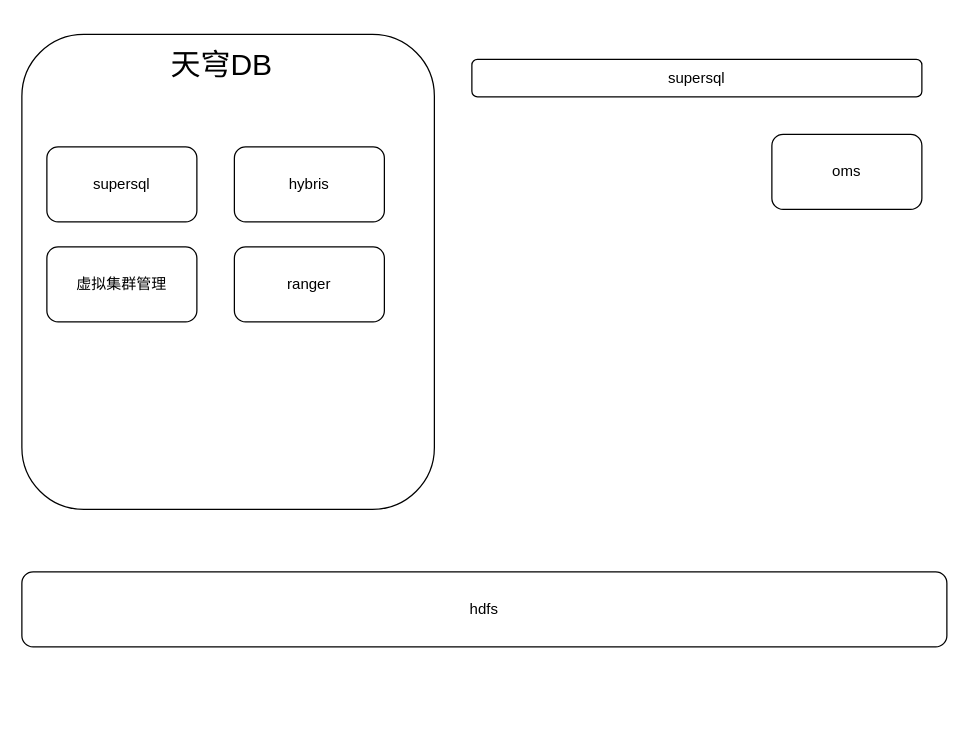
This is 天穹db.drawio from yuhuali1989/ui, a draw.io file, before an edit. Source tidied: cells renumbered, new cells numbered last; positions are measured from the earlier drawing's top-left corner, leaving out a move shared by most shapes. Both pictures are drawn from the tidied source at 125%, with x=0, y=0 at pixel (21, 34).
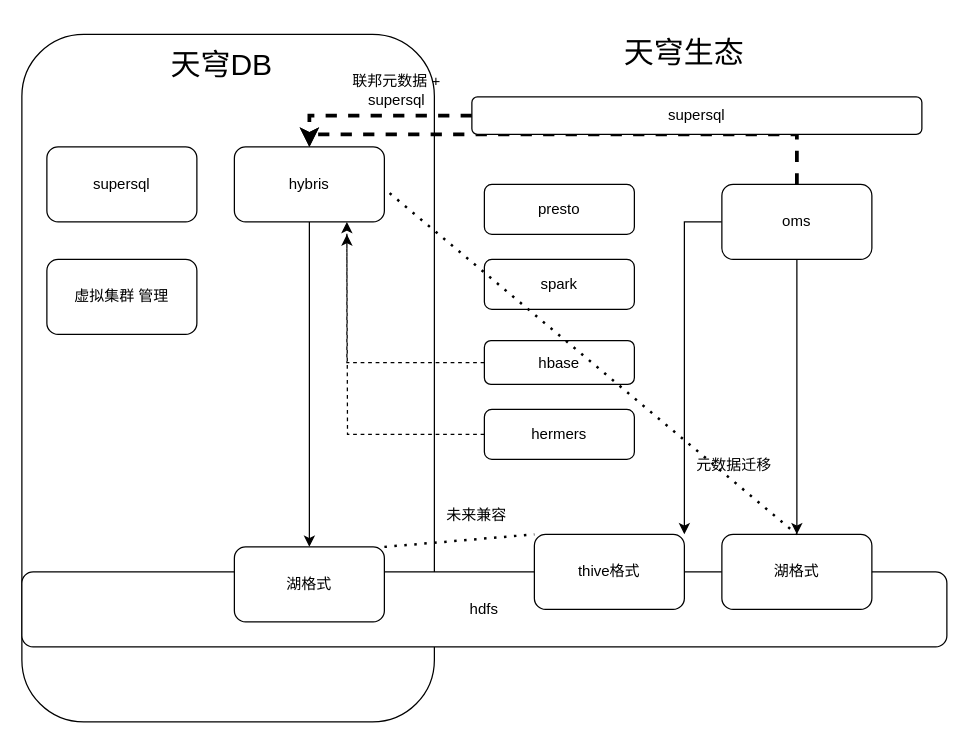
Above is the later version.

The change refers to these unchanged cells:
```xml
<mxCell id="4" value="hybris" style="rounded=1;whiteSpace=wrap;html=1;" parent="1" vertex="1">
  <mxGeometry x="170" y="90" width="120" height="60" as="geometry" />
</mxCell>
```

What changed in the source:
```diff
@@
     <mxCell id="2" style="rounded=1;whiteSpace=wrap;html=1;align=left;" parent="1" vertex="1">
-      <mxGeometry width="330" height="380" as="geometry" />
+      <mxGeometry width="330" height="550" as="geometry" />
     </mxCell>
@@
+    <mxCell id="11" style="edgeStyle=orthogonalEdgeStyle;rounded=0;jettySize=auto;html=1;" parent="1" edge="1" source="4" target="19">
+      <mxGeometry relative="1" as="geometry" />
+    </mxCell>
@@
+    <mxCell id="12" style="edgeStyle=orthogonalEdgeStyle;rounded=0;jettySize=auto;html=1;entryX=1;entryY=0;entryDx=0;entryDy=0;" parent="1" edge="1" source="7" target="18">
+      <mxGeometry relative="1" as="geometry" />
+    </mxCell>
+    <mxCell id="13" style="edgeStyle=orthogonalEdgeStyle;rounded=0;jettySize=auto;html=1;" parent="1" edge="1" source="7" target="21">
+      <mxGeometry relative="1" as="geometry" />
+    </mxCell>
+    <mxCell id="14" style="edgeStyle=orthogonalEdgeStyle;rounded=0;jettySize=auto;html=1;entryX=0.5;entryY=0;entryDx=0;entryDy=0;strokeWidth=3;dashed=1;" parent="1" edge="1" source="7" target="4">
+      <mxGeometry relative="1" as="geometry">
+        <Array as="points">
+          <mxPoint x="620" y="80" />
+          <mxPoint x="230" y="80" />
+        </Array>
+      </mxGeometry>
+    </mxCell>
     <mxCell id="7" value="oms" style="rounded=1;whiteSpace=wrap;html=1;" parent="1" vertex="1">
-      <mxGeometry x="600" y="80" width="120" height="60" as="geometry" />
+      <mxGeometry x="560" y="120" width="120" height="60" as="geometry" />
     </mxCell>
+    <mxCell id="15" style="edgeStyle=orthogonalEdgeStyle;rounded=0;jettySize=auto;html=1;entryX=0.5;entryY=0;entryDx=0;entryDy=0;dashed=1;strokeWidth=3;" parent="1" edge="1" source="8" target="4">
+      <mxGeometry relative="1" as="geometry" />
+    </mxCell>
     <mxCell id="8" value="supersql" style="rounded=1;whiteSpace=wrap;html=1;" parent="1" vertex="1">
-      <mxGeometry x="360" y="20" width="360" height="30" as="geometry" />
+      <mxGeometry x="360" y="50" width="360" height="30" as="geometry" />
     </mxCell>
-    <mxCell id="9" value="ranger" style="rounded=1;whiteSpace=wrap;html=1;" parent="1" vertex="1">
-      <mxGeometry x="170" y="170" width="120" height="60" as="geometry" />
-    </mxCell>
-    <mxCell id="10" value="虚拟集群管理" style="rounded=1;whiteSpace=wrap;html=1;" parent="1" vertex="1">
-      <mxGeometry x="20" y="170" width="120" height="60" as="geometry" />
-    </mxCell>
+    <mxCell id="16" value="presto" style="rounded=1;whiteSpace=wrap;html=1;" parent="1" vertex="1">
+      <mxGeometry x="370" y="120" width="120" height="40" as="geometry" />
+    </mxCell>
+    <mxCell id="17" value="spark" style="rounded=1;whiteSpace=wrap;html=1;" parent="1" vertex="1">
+      <mxGeometry x="370" y="180" width="120" height="40" as="geometry" />
+    </mxCell>
+    <mxCell id="18" value="thive格式" style="rounded=1;whiteSpace=wrap;html=1;" parent="1" vertex="1">
+      <mxGeometry x="410" y="400" width="120" height="60" as="geometry" />
+    </mxCell>
+    <mxCell id="19" value="湖格式" style="rounded=1;whiteSpace=wrap;html=1;" parent="1" vertex="1">
+      <mxGeometry x="170" y="410" width="120" height="60" as="geometry" />
+    </mxCell>
+    <mxCell id="20" value="&lt;font style=&quot;font-size: 24px;&quot;&gt;天穹生态&lt;/font&gt;" style="text;html=1;strokeColor=none;fillColor=none;align=center;verticalAlign=middle;whiteSpace=wrap;rounded=0;" parent="1" vertex="1">
+      <mxGeometry x="470" y="-10" width="120" height="50" as="geometry" />
+    </mxCell>
+    <mxCell id="21" value="湖格式" style="rounded=1;whiteSpace=wrap;html=1;" parent="1" vertex="1">
+      <mxGeometry x="560" y="400" width="120" height="60" as="geometry" />
+    </mxCell>
+    <mxCell id="22" style="edgeStyle=orthogonalEdgeStyle;rounded=0;jettySize=auto;html=1;dashed=1;" parent="1" edge="1" source="23">
+      <mxGeometry relative="1" as="geometry">
+        <mxPoint x="260" y="160" as="targetPoint" />
+      </mxGeometry>
+    </mxCell>
+    <mxCell id="23" value="hermers" style="rounded=1;whiteSpace=wrap;html=1;" parent="1" vertex="1">
+      <mxGeometry x="370" y="300" width="120" height="40" as="geometry" />
+    </mxCell>
+    <mxCell id="24" style="edgeStyle=orthogonalEdgeStyle;rounded=0;jettySize=auto;html=1;entryX=0.75;entryY=1;entryDx=0;entryDy=0;dashed=1;" parent="1" edge="1" source="25" target="4">
+      <mxGeometry relative="1" as="geometry" />
+    </mxCell>
+    <mxCell id="25" value="hbase" style="rounded=1;whiteSpace=wrap;html=1;" parent="1" vertex="1">
+      <mxGeometry x="370" y="245" width="120" height="35" as="geometry" />
+    </mxCell>
+    <mxCell id="26" value="虚拟集群 管理" style="rounded=1;whiteSpace=wrap;html=1;" parent="1" vertex="1">
+      <mxGeometry x="20" y="180" width="120" height="60" as="geometry" />
+    </mxCell>
+    <mxCell id="27" value="联邦元数据 + supersql" style="text;html=1;strokeColor=none;fillColor=none;align=center;verticalAlign=middle;whiteSpace=wrap;rounded=0;" parent="1" vertex="1">
+      <mxGeometry x="260" y="30" width="80" height="30" as="geometry" />
+    </mxCell>
+    <mxCell id="28" style="endArrow=none;dashed=1;html=1;dashPattern=1 3;strokeWidth=2;rounded=0;exitX=1.035;exitY=0.617;exitDx=0;exitDy=0;exitPerimeter=0;" parent="1" edge="1" source="4">
+      <mxGeometry relative="1" as="geometry">
+        <mxPoint x="620" y="400" as="targetPoint" />
+      </mxGeometry>
+    </mxCell>
+    <mxCell id="29" style="endArrow=none;dashed=1;html=1;dashPattern=1 3;strokeWidth=2;rounded=0;exitX=1;exitY=0;exitDx=0;exitDy=0;" parent="1" edge="1" source="19">
+      <mxGeometry relative="1" as="geometry">
+        <mxPoint x="410" y="400" as="targetPoint" />
+      </mxGeometry>
+    </mxCell>
+    <mxCell id="30" value="元数据迁移" style="text;html=1;strokeColor=none;fillColor=none;align=center;verticalAlign=middle;whiteSpace=wrap;rounded=0;" parent="1" vertex="1">
+      <mxGeometry x="530" y="330" width="80" height="30" as="geometry" />
+    </mxCell>
+    <mxCell id="31" value="未来兼容" style="text;html=1;strokeColor=none;fillColor=none;align=center;verticalAlign=middle;whiteSpace=wrap;rounded=0;" parent="1" vertex="1">
+      <mxGeometry x="324" y="370" width="80" height="30" as="geometry" />
+    </mxCell>
```
